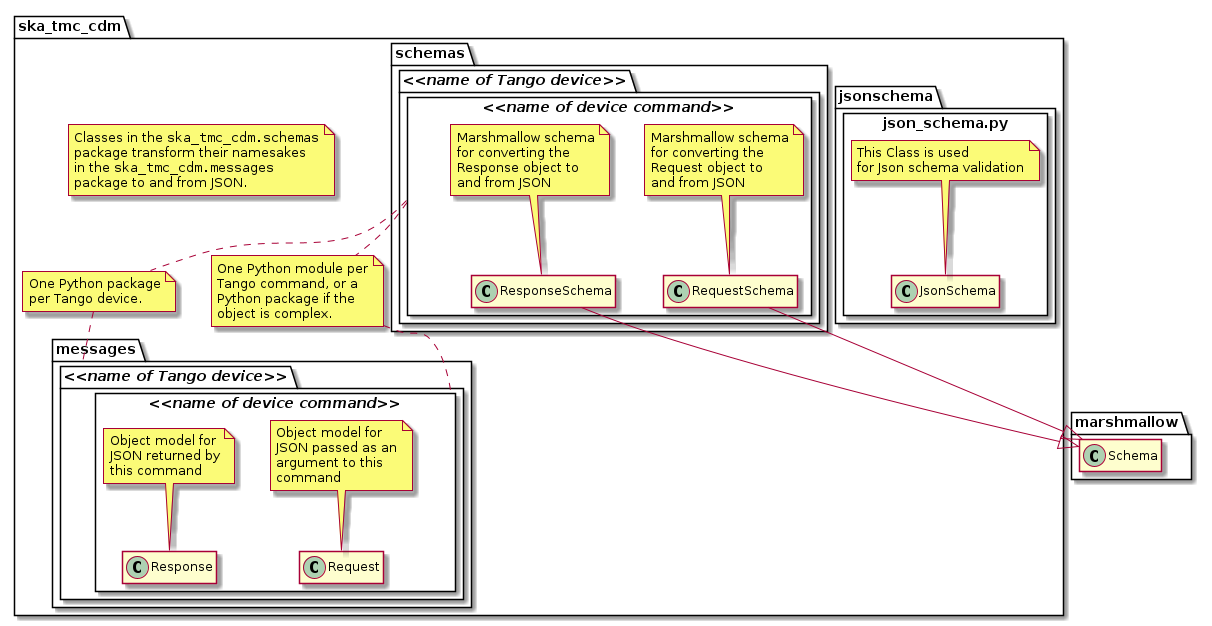
This is docs/src/developer/layout.png from ska-telescope/cdm-shared-library, a PlantUML export, as it was before one commit.
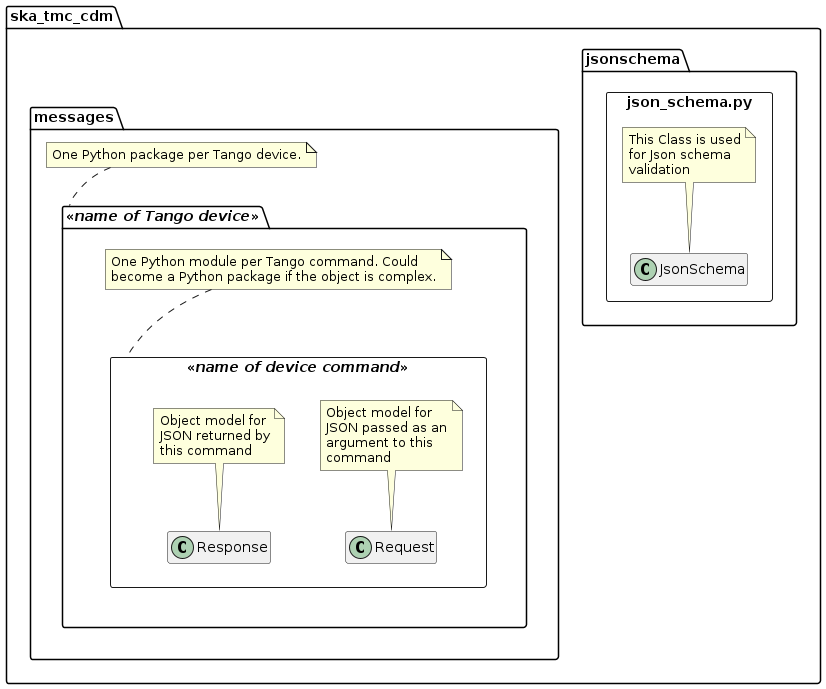
The same diagram one commit later.

The edit, as a diff of the source:
```diff
@@ -1,92 +1,51 @@
 @startuml
 hide empty members
 
-package marshmallow {
-	class Schema
+
+package ska_tmc_cdm {
+  package messages {
+    note as N1
+      One Python package per Tango device.
+    end note
+    N1 .. "<<//name of Tango device//>>"
+
+    package "<<//name of Tango device//>>" {
+      package "<<//name of device command//>>" as command_py <<Rectangle>> {
+        class Request
+        note top of Request
+          Object model for
+          JSON passed as an
+          argument to this
+          command
+        end note
+
+        class Response
+        note top of Response
+          Object model for
+          JSON returned by
+          this command
+        end note
+      }
+
+      note as N2
+        One Python module per Tango command. Could
+        become a Python package if the object is complex.
+      end note
+      N2 .. command_py
+
+    }
+  }
+
+  package jsonschema {
+    package json_schema.py as json_schema_py <<Rectangle>> {
+      class JsonSchema {}
+      note top of JsonSchema
+         This Class is used
+         for Json schema
+         validation
+      end note
+    }
+  }
 }
 
-package ska_tmc_cdm {
-	package messages {
-		package "<<//name of Tango device//>>" as device {
-			package "<<//name of device command//>>" as command.py <<Rectangle>> {
-				class Request
-				note top of Request
-					Object model for
-					JSON passed as an
-					argument to this
-					command
-				end note
-
-				class Response
-				note top of Response
-					Object model for
-					JSON returned by
-					this command
-				end note
-			}
-		}
-	}
-  package jsonschema {
-        package json_schema.py <<Rectangle>> {
-            class JsonSchema {
-
-                }
-            note top of JsonSchema
-               This Class is used
-               for Json schema validation
-            end note
-        }
-    }
-	package schemas {
-		package "<<//name of Tango device//>>" as P1 {
-			package "<<//name of device command//>>" as P2 <<Rectangle>> {
-				class RequestSchema
-				note top of RequestSchema
-					Marshmallow schema
-					for converting the
-					Request object to
-					and from JSON
-				end note
-
-				class ResponseSchema
-				note top of ResponseSchema
-					Marshmallow schema
-					for converting the
-					Response object to
-					and from JSON
-				end note
-			}
-		}
-	}
-	note as N2
-		Classes in the ""ska_tmc_cdm.schemas""
-		package transform their namesakes
-		in the ""ska_tmc_cdm.messages""
-		package to and from JSON.
-	end note
-
-	note as N1
-		One Python package
-		per Tango device.
-	end note
-	P2 .. N1
-	N1 .. device
-
-	note as N3
-		One Python module per
-		Tango command, or a
-		Python package if the
-		object is complex.
-	end note
-	P2 .. N3
-	N3 .. command.py
-
-
-
-}
-
-
-ResponseSchema --|> Schema
-RequestSchema --|> Schema
-
 @enduml
```
